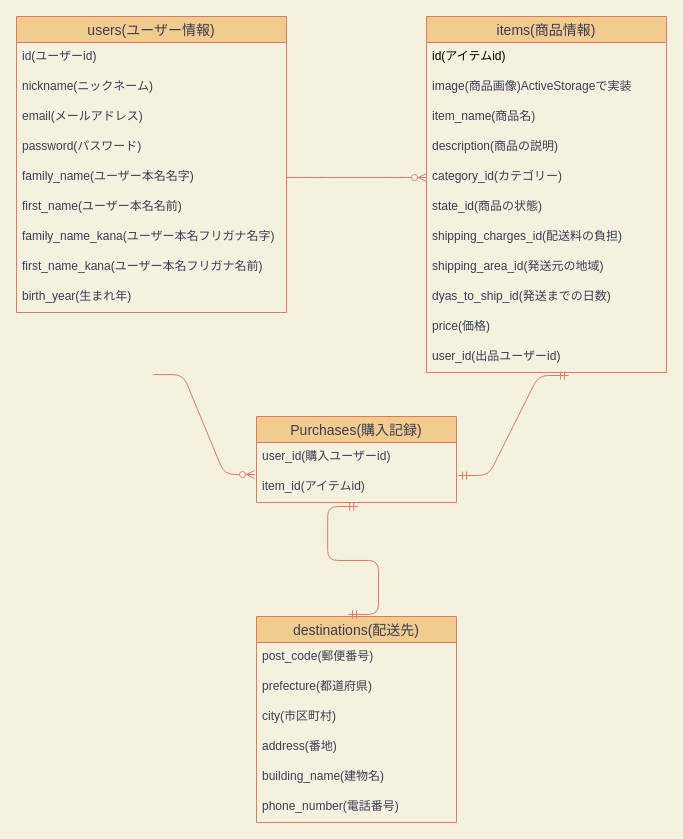
This is ER.dio from kyohhh/furima-30966, a draw.io file, before an edit. Source tidied: cells renumbered, new cells numbered last; positions are measured from the earlier drawing's top-left corner, leaving out a move shared by most shapes. Both pictures are drawn from the tidied source at 100%, with x=0, y=0 at pixel (16, 16).
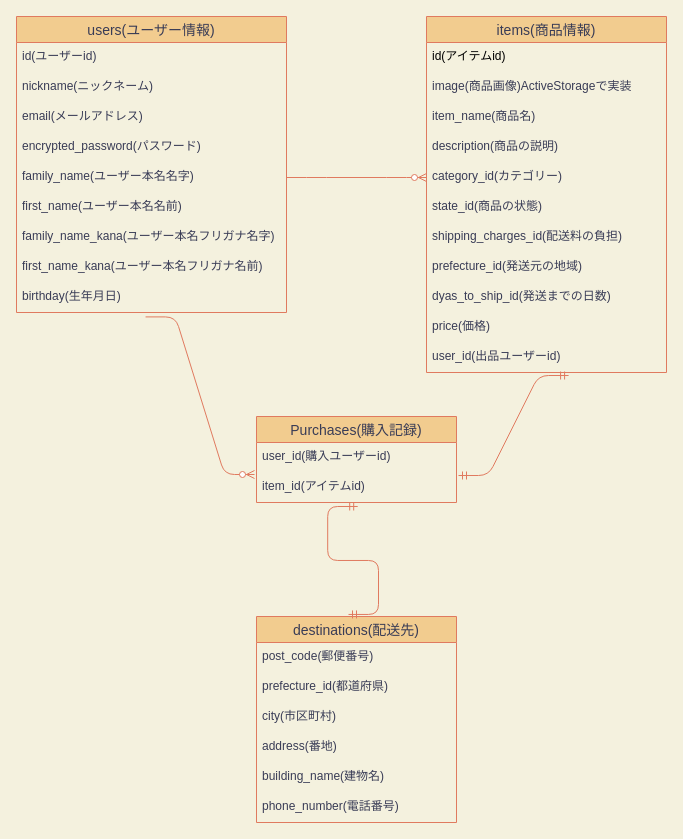
The same diagram, later.

The change refers to these unchanged cells:
```xml
<mxCell id="2" value="users(ユーザー情報)" style="swimlane;fontStyle=0;horizontal=1;startSize=26;align=center;fontSize=14;fillColor=#F2CC8F;strokeColor=#E07A5F;fontColor=#393C56;" parent="1" vertex="1">
  <mxGeometry width="270" height="296" as="geometry" />
</mxCell>
<mxCell id="12" value="items(商品情報)" style="swimlane;fontStyle=0;horizontal=1;startSize=26;align=center;fontSize=14;fillColor=#F2CC8F;strokeColor=#E07A5F;fontColor=#393C56;" parent="1" vertex="1">
  <mxGeometry x="410" width="240" height="356" as="geometry" />
</mxCell>
<mxCell id="25" value="user_id(購入ユーザーid)" style="text;strokeColor=none;fillColor=none;spacingLeft=4;spacingRight=4;overflow=hidden;points=[[0,0.5],[1,0.5]];portConstraint=eastwest;fontSize=12;rounded=0;sketch=0;fontColor=#393C56;" parent="24" vertex="1">
  <mxGeometry y="26" width="200" height="30" as="geometry" />
</mxCell>
<mxCell id="27" value="destinations(配送先)" style="swimlane;fontStyle=0;horizontal=1;startSize=26;align=center;fontSize=14;rounded=0;sketch=0;fillColor=#F2CC8F;strokeColor=#E07A5F;fontColor=#393C56;" parent="1" vertex="1">
  <mxGeometry x="240" y="600" width="200" height="206" as="geometry" />
</mxCell>
```

The edit, as a diff of the source:
```diff
@@
-    <mxCell id="6" value="password(パスワード)" style="text;strokeColor=none;fillColor=none;spacingLeft=4;spacingRight=4;overflow=hidden;fontSize=12;fontColor=#393C56;" parent="2" vertex="1">
+    <mxCell id="6" value="encrypted_password(パスワード)" style="text;strokeColor=none;fillColor=none;spacingLeft=4;spacingRight=4;overflow=hidden;fontSize=12;fontColor=#393C56;" parent="2" vertex="1">
       <mxGeometry y="116" width="270" height="30" as="geometry" />
     </mxCell>
@@
-    <mxCell id="11" value="birth_year(生まれ年)" style="text;strokeColor=none;fillColor=none;spacingLeft=4;spacingRight=4;overflow=hidden;points=[[0,0.5],[1,0.5]];portConstraint=eastwest;fontSize=12;rounded=0;sketch=0;fontColor=#393C56;" parent="2" vertex="1">
+    <mxCell id="11" value="birthday(生年月日)" style="text;strokeColor=none;fillColor=none;spacingLeft=4;spacingRight=4;overflow=hidden;points=[[0,0.5],[1,0.5]];portConstraint=eastwest;fontSize=12;rounded=0;sketch=0;fontColor=#393C56;" parent="2" vertex="1">
       <mxGeometry y="266" width="270" height="30" as="geometry" />
     </mxCell>
@@
-    <mxCell id="20" value="shipping_area_id(発送元の地域)" style="text;strokeColor=none;fillColor=none;spacingLeft=4;spacingRight=4;overflow=hidden;fontSize=12;fontColor=#393C56;" parent="12" vertex="1">
+    <mxCell id="20" value="prefecture_id(発送元の地域)" style="text;strokeColor=none;fillColor=none;spacingLeft=4;spacingRight=4;overflow=hidden;fontSize=12;fontColor=#393C56;" parent="12" vertex="1">
       <mxGeometry y="236" width="240" height="30" as="geometry" />
     </mxCell>
@@
-    <mxCell id="29" value="prefecture(都道府県)" style="text;strokeColor=none;fillColor=none;spacingLeft=4;spacingRight=4;overflow=hidden;fontSize=12;fontColor=#393C56;" parent="27" vertex="1">
+    <mxCell id="29" value="prefecture_id(都道府県)" style="text;strokeColor=none;fillColor=none;spacingLeft=4;spacingRight=4;overflow=hidden;fontSize=12;fontColor=#393C56;" parent="27" vertex="1">
       <mxGeometry y="56" width="200" height="30" as="geometry" />
     </mxCell>
@@
-    <mxCell id="36" style="edgeStyle=entityRelationEdgeStyle;fontSize=12;html=1;endArrow=ERzeroToMany;endFill=1;strokeColor=#E07A5F;fillColor=#F2CC8F;exitX=0.506;exitY=1.069;exitDx=0;exitDy=0;exitPerimeter=0;entryX=-0.01;entryY=1.067;entryDx=0;entryDy=0;entryPerimeter=0;" parent="1" edge="1" target="25">
-      <mxGeometry relative="1" as="geometry">
-        <mxPoint x="136.6" y="358.1" as="sourcePoint" />
-      </mxGeometry>
+    <mxCell id="36" style="edgeStyle=entityRelationEdgeStyle;fontSize=12;html=1;endArrow=ERzeroToMany;endFill=1;strokeColor=#E07A5F;fillColor=#F2CC8F;exitX=0.478;exitY=1.147;exitDx=0;exitDy=0;exitPerimeter=0;entryX=-0.01;entryY=1.067;entryDx=0;entryDy=0;entryPerimeter=0;" parent="1" edge="1" source="11" target="25">
+      <mxGeometry relative="1" as="geometry" />
     </mxCell>
```
